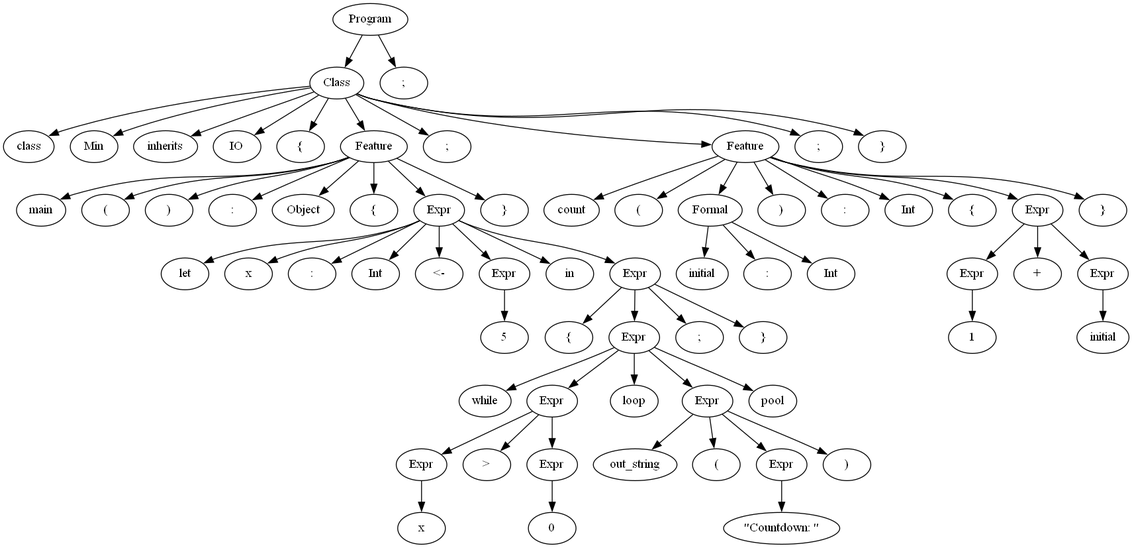
This is output.gv.png from Manuel-Archila/Proyecto0_CC, a Graphviz export, as it was before one commit. Its source is kept beside it as output.gv.
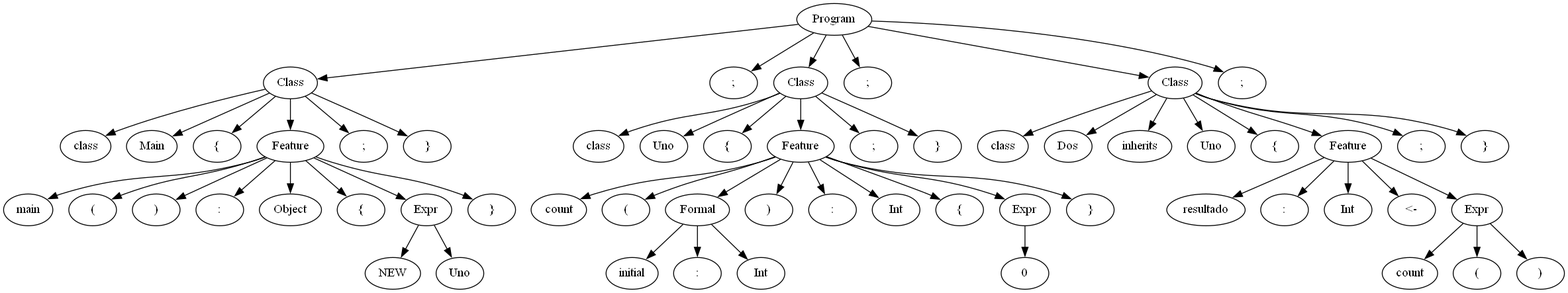
The same file after the commit.

The edit, as a diff of the source:
```diff
@@ -5,129 +5,113 @@
 	1 -> 2
 	2 [label=class]
 	1 -> 3
-	3 [label=Min]
+	3 [label=Main]
 	1 -> 4
-	4 [label=inherits]
+	4 [label="{"]
 	1 -> 5
-	5 [label=IO]
-	1 -> 6
-	6 [label="{"]
-	1 -> 7
-	7 [label=Feature]
-	7 -> 8
-	8 [label=main]
-	7 -> 9
-	9 [label="("]
-	7 -> 10
-	10 [label=")"]
-	7 -> 11
-	11 [label=":"]
-	7 -> 12
-	12 [label=Object]
-	7 -> 13
-	13 [label="{"]
-	7 -> 14
-	14 [label=Expr]
-	14 -> 15
-	15 [label=let]
-	14 -> 16
-	16 [label=x]
-	14 -> 17
-	17 [label=":"]
-	14 -> 18
-	18 [label=Int]
-	14 -> 19
-	19 [label="<-"]
-	14 -> 20
-	20 [label=Expr]
-	20 -> 21
-	21 [label=5]
-	14 -> 22
-	22 [label=in]
-	14 -> 23
-	23 [label=Expr]
+	5 [label=Feature]
+	5 -> 6
+	6 [label=main]
+	5 -> 7
+	7 [label="("]
+	5 -> 8
+	8 [label=")"]
+	5 -> 9
+	9 [label=":"]
+	5 -> 10
+	10 [label=Object]
+	5 -> 11
+	11 [label="{"]
+	5 -> 12
+	12 [label=Expr]
+	12 -> 13
+	13 [label=NEW]
+	12 -> 14
+	14 [label=Uno]
+	5 -> 15
+	15 [label="}"]
+	1 -> 16
+	16 [label=";"]
+	1 -> 17
+	17 [label="}"]
+	0 -> 18
+	18 [label=";"]
+	0 -> 19
+	19 [label=Class]
+	19 -> 20
+	20 [label=class]
+	19 -> 21
+	21 [label=Uno]
+	19 -> 22
+	22 [label="{"]
+	19 -> 23
+	23 [label=Feature]
 	23 -> 24
-	24 [label="{"]
+	24 [label=count]
 	23 -> 25
-	25 [label=Expr]
-	25 -> 26
-	26 [label=while]
-	25 -> 27
-	27 [label=Expr]
-	27 -> 28
-	28 [label=Expr]
-	28 -> 29
-	29 [label=x]
-	27 -> 30
-	30 [label=">"]
-	27 -> 31
-	31 [label=Expr]
-	31 -> 32
-	32 [label=0]
-	25 -> 33
-	33 [label=loop]
-	25 -> 34
+	25 [label="("]
+	23 -> 26
+	26 [label=Formal]
+	26 -> 27
+	27 [label=initial]
+	26 -> 28
+	28 [label=":"]
+	26 -> 29
+	29 [label=Int]
+	23 -> 30
+	30 [label=")"]
+	23 -> 31
+	31 [label=":"]
+	23 -> 32
+	32 [label=Int]
+	23 -> 33
+	33 [label="{"]
+	23 -> 34
 	34 [label=Expr]
 	34 -> 35
-	35 [label=out_string]
-	34 -> 36
-	36 [label="("]
-	34 -> 37
-	37 [label=Expr]
-	37 -> 38
-	38 [label="\"Countdown: \""]
-	34 -> 39
-	39 [label=")"]
-	25 -> 40
-	40 [label=pool]
-	23 -> 41
-	41 [label=";"]
-	23 -> 42
-	42 [label="}"]
-	7 -> 43
-	43 [label="}"]
-	1 -> 44
-	44 [label=";"]
-	1 -> 45
-	45 [label=Feature]
-	45 -> 46
-	46 [label=count]
-	45 -> 47
-	47 [label="("]
-	45 -> 48
-	48 [label=Formal]
-	48 -> 49
-	49 [label=initial]
-	48 -> 50
-	50 [label=":"]
-	48 -> 51
-	51 [label=Int]
-	45 -> 52
-	52 [label=")"]
-	45 -> 53
-	53 [label=":"]
-	45 -> 54
-	54 [label=Int]
-	45 -> 55
-	55 [label="{"]
-	45 -> 56
-	56 [label=Expr]
-	56 -> 57
-	57 [label=Expr]
-	57 -> 58
-	58 [label=1]
-	56 -> 59
-	59 [label="+"]
-	56 -> 60
-	60 [label=Expr]
-	60 -> 61
-	61 [label=initial]
-	45 -> 62
-	62 [label="}"]
-	1 -> 63
-	63 [label=";"]
-	1 -> 64
-	64 [label="}"]
-	0 -> 65
-	65 [label=";"]
+	35 [label=0]
+	23 -> 36
+	36 [label="}"]
+	19 -> 37
+	37 [label=";"]
+	19 -> 38
+	38 [label="}"]
+	0 -> 39
+	39 [label=";"]
+	0 -> 40
+	40 [label=Class]
+	40 -> 41
+	41 [label=class]
+	40 -> 42
+	42 [label=Dos]
+	40 -> 43
+	43 [label=inherits]
+	40 -> 44
+	44 [label=Uno]
+	40 -> 45
+	45 [label="{"]
+	40 -> 46
+	46 [label=Feature]
+	46 -> 47
+	47 [label=resultado]
+	46 -> 48
+	48 [label=":"]
+	46 -> 49
+	49 [label=Int]
+	46 -> 50
+	50 [label="<-"]
+	46 -> 51
+	51 [label=Expr]
+	51 -> 52
+	52 [label=count]
+	51 -> 53
+	53 [label="("]
+	51 -> 54
+	54 [label=")"]
+	40 -> 55
+	55 [label=";"]
+	40 -> 56
+	56 [label="}"]
+	0 -> 57
+	57 [label=";"]
 }
```
